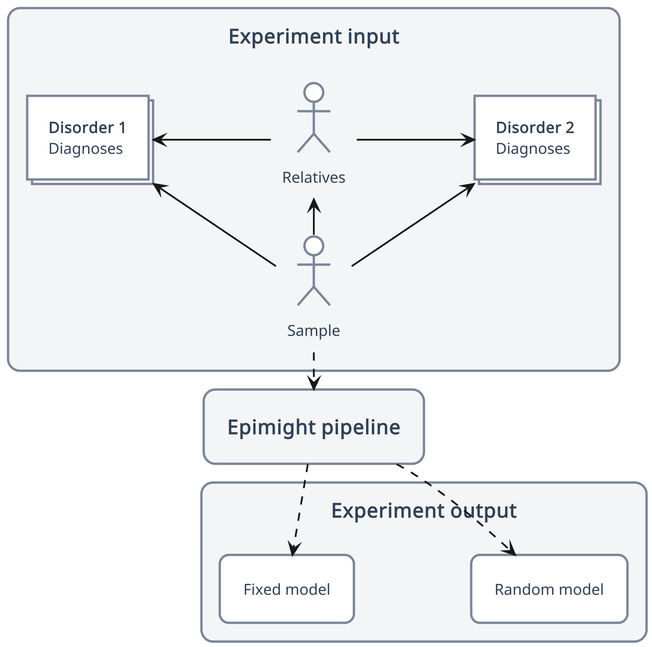
This is guides/diagrams/pipeline-domain-model.png from BioPsyk/epimight, a PlantUML export, as it was before one commit.
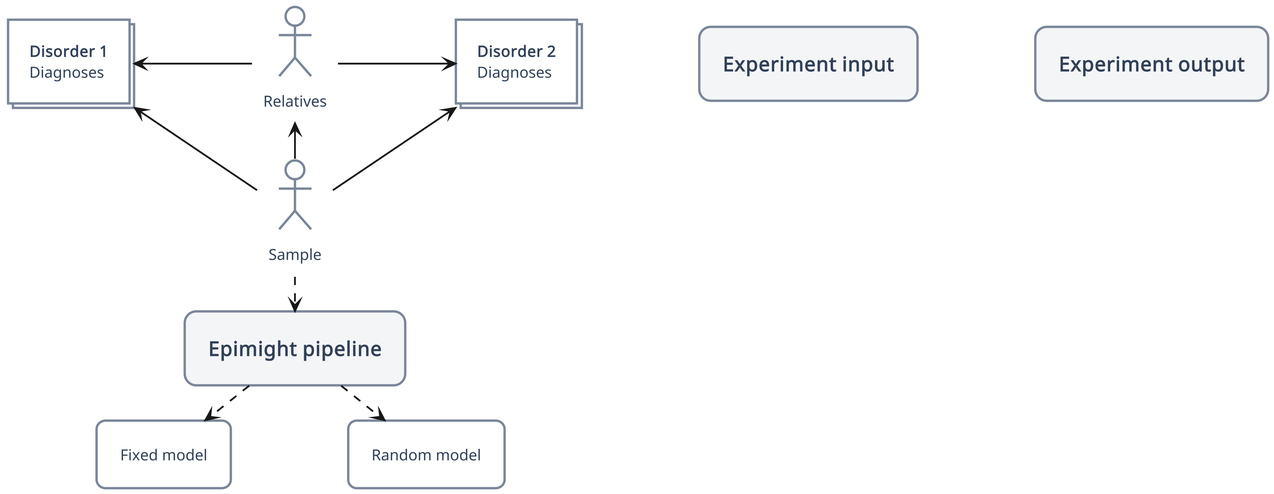
The same file after the commit.

Change to the diagram source:
```diff
@@ -7,28 +7,22 @@
 !include <material/matrix>
 !include ./diagrams/ibp.puml
 
-Boundary1(input, "Experiment input") {
-  actor "Sample" as sample
-  actor "Relatives" as relatives
-  collections "**Disorder 1**\nDiagnoses" as d1
-  collections "**Disorder 2**\nDiagnoses" as d2
-}
+actor "Sample" as sample
+actor "Relatives" as relatives
+collections "**Disorder 1**\nDiagnoses" as d1
+collections "**Disorder 2**\nDiagnoses" as d2
+Boundary1(exp_in, "Experiment input")
+Boundary1(epimight, "Epimight pipeline")
+Boundary1(exp_out, "Experiment output")
+rectangle "Fixed model" as fixed_model
+rectangle "Random model" as random_model
 
 sample -UP-> relatives
 sample -UP-> d2
 sample -UP-> d1
 relatives -LEFT-> d1
 relatives -RIGHT-> d2
-
-Boundary1(epimight, "Epimight pipeline")
-
-Boundary1(output, "Experiment output") {
-  rectangle "Fixed model" as fixed_model
-  rectangle "Random model" as random_model
-}
-
 sample ..> epimight
-
 epimight ..> fixed_model
 epimight ..> random_model
 @enduml
```
